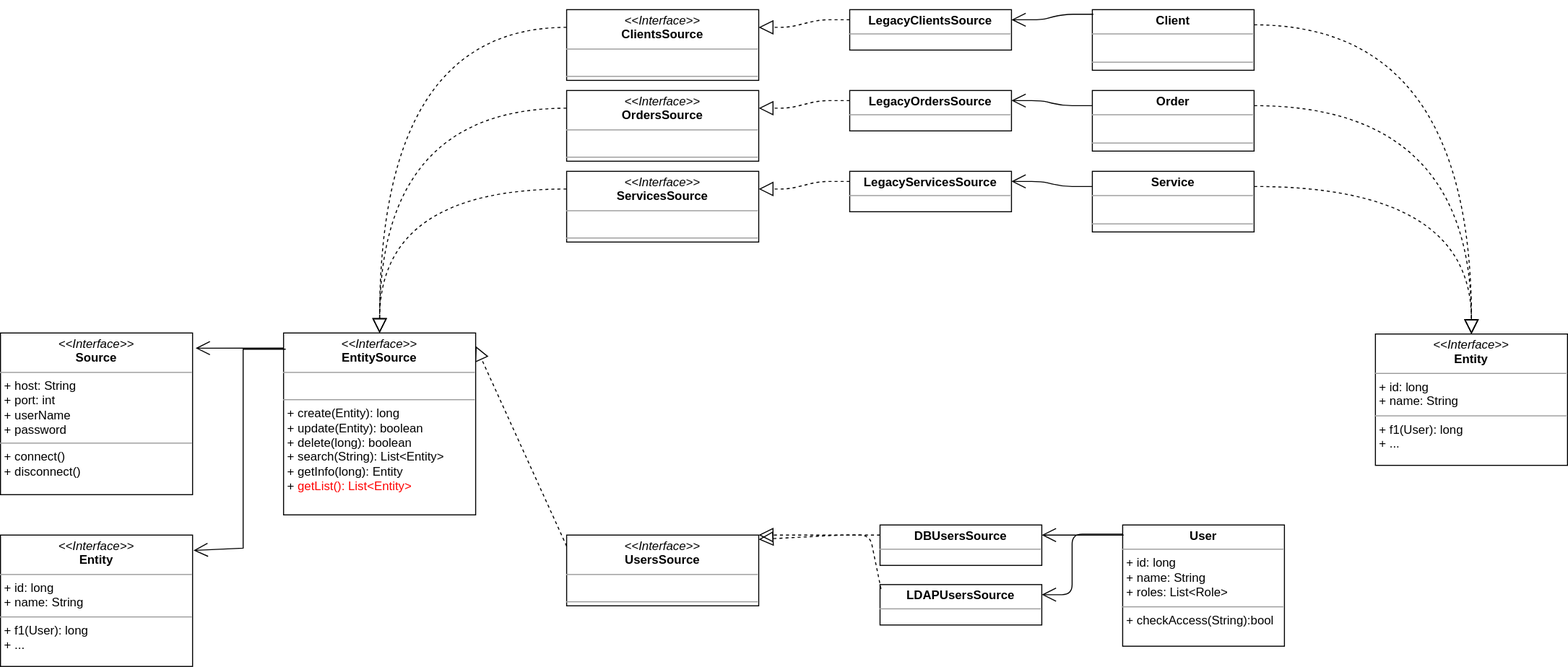
Before: ClassDiagram.svg, a diagram exported from draw.io (LordOfPhys/project_x). Source tidied: cells renumbered, new cells last; positions are measured from the earlier drawing's top-left corner, leaving out a move shared by most shapes.
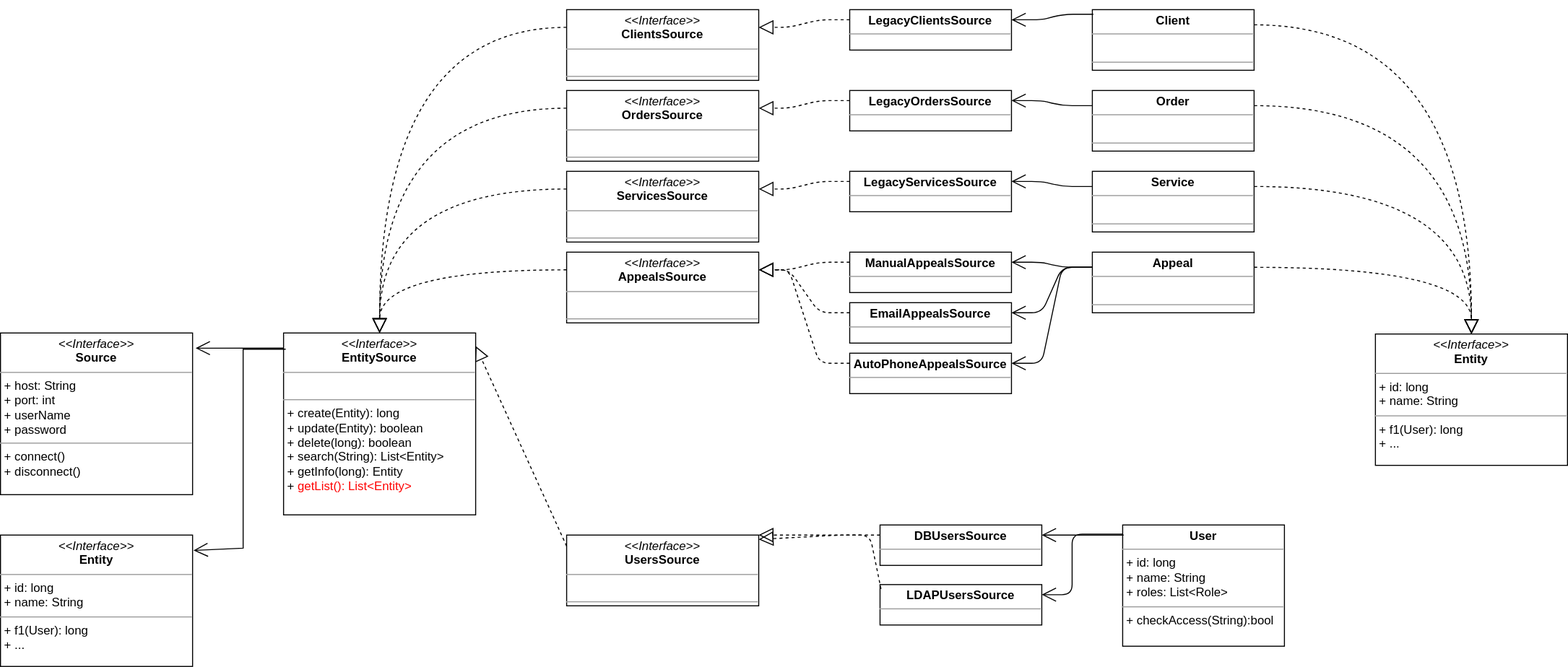
The same diagram one commit later.

The edit, as a diff of the source:
```diff
@@ -130,5 +130,44 @@
     <mxCell id="37" style="endArrow=block;dashed=1;endFill=0;endSize=12;html=1;entryX=0.5;entryY=0;entryDx=0;entryDy=0;exitX=1;exitY=0.25;exitDx=0;exitDy=0;edgeStyle=orthogonalEdgeStyle;curved=1;" parent="1" edge="1" source="32" target="34">
       <mxGeometry relative="1" as="geometry" />
     </mxCell>
+    <mxCell id="38" value="&lt;p style=&quot;margin: 0px ; margin-top: 4px ; text-align: center&quot;&gt;&lt;i&gt;&amp;lt;&amp;lt;Interface&amp;gt;&amp;gt;&lt;/i&gt;&lt;br&gt;&lt;b&gt;AppealsSource&lt;/b&gt;&lt;/p&gt;&lt;hr size=&quot;1&quot;&gt;&lt;p style=&quot;margin: 0px ; margin-left: 4px&quot;&gt;&lt;br&gt;&lt;/p&gt;&lt;hr size=&quot;1&quot;&gt;&lt;p style=&quot;margin: 0px ; margin-left: 4px&quot;&gt;&lt;br&gt;&lt;/p&gt;&lt;p style=&quot;margin: 0px ; margin-left: 4px&quot;&gt;&lt;br&gt;&lt;/p&gt;&lt;p style=&quot;margin: 0px ; margin-left: 4px&quot;&gt;&lt;br&gt;&lt;/p&gt;" style="verticalAlign=top;align=left;overflow=fill;fontSize=12;fontFamily=Helvetica;html=1;" parent="1" vertex="1">
+      <mxGeometry x="560" y="240" width="190" height="70" as="geometry" />
+    </mxCell>
+    <mxCell id="39" style="endArrow=block;dashed=1;endFill=0;endSize=12;html=1;exitX=0;exitY=0.25;exitDx=0;exitDy=0;entryX=0.5;entryY=0;entryDx=0;entryDy=0;edgeStyle=orthogonalEdgeStyle;curved=1;" parent="1" edge="1" source="38" target="18">
+      <mxGeometry relative="1" as="geometry" />
+    </mxCell>
+    <mxCell id="40" value="&lt;p style=&quot;margin: 0px ; margin-top: 4px ; text-align: center&quot;&gt;&lt;b&gt;ManualAppealsSource&lt;/b&gt;&lt;/p&gt;&lt;hr size=&quot;1&quot;&gt;&lt;p style=&quot;margin: 0px ; margin-left: 4px&quot;&gt;&lt;br&gt;&lt;/p&gt;&lt;p style=&quot;margin: 0px ; margin-left: 4px&quot;&gt;&lt;br&gt;&lt;/p&gt;&lt;p style=&quot;margin: 0px ; margin-left: 4px&quot;&gt;&lt;br&gt;&lt;/p&gt;&lt;p style=&quot;margin: 0px ; margin-left: 4px&quot;&gt;&lt;br&gt;&lt;/p&gt;&lt;p style=&quot;margin: 0px ; margin-left: 4px&quot;&gt;&lt;br&gt;&lt;/p&gt;&lt;hr size=&quot;1&quot;&gt;&lt;p style=&quot;margin: 0px ; margin-left: 4px&quot;&gt;&lt;br&gt;&lt;/p&gt;" style="verticalAlign=top;align=left;overflow=fill;fontSize=12;fontFamily=Helvetica;html=1;" parent="1" vertex="1">
+      <mxGeometry x="840" y="240" width="160" height="40" as="geometry" />
+    </mxCell>
+    <mxCell id="41" value="&lt;p style=&quot;margin: 0px ; margin-top: 4px ; text-align: center&quot;&gt;&lt;b&gt;EmailAppealsSource&lt;/b&gt;&lt;/p&gt;&lt;hr size=&quot;1&quot;&gt;&lt;p style=&quot;margin: 0px ; margin-left: 4px&quot;&gt;&lt;br&gt;&lt;/p&gt;&lt;p style=&quot;margin: 0px ; margin-left: 4px&quot;&gt;&lt;br&gt;&lt;/p&gt;&lt;p style=&quot;margin: 0px ; margin-left: 4px&quot;&gt;&lt;br&gt;&lt;/p&gt;&lt;p style=&quot;margin: 0px ; margin-left: 4px&quot;&gt;&lt;br&gt;&lt;/p&gt;&lt;p style=&quot;margin: 0px ; margin-left: 4px&quot;&gt;&lt;br&gt;&lt;/p&gt;&lt;hr size=&quot;1&quot;&gt;&lt;p style=&quot;margin: 0px ; margin-left: 4px&quot;&gt;&lt;br&gt;&lt;/p&gt;" style="verticalAlign=top;align=left;overflow=fill;fontSize=12;fontFamily=Helvetica;html=1;" parent="1" vertex="1">
+      <mxGeometry x="840" y="290" width="160" height="40" as="geometry" />
+    </mxCell>
+    <mxCell id="42" value="&lt;p style=&quot;margin: 0px ; margin-top: 4px ; text-align: center&quot;&gt;&lt;b&gt;AutoPhoneAppealsSource&lt;/b&gt;&lt;/p&gt;&lt;hr size=&quot;1&quot;&gt;&lt;p style=&quot;margin: 0px ; margin-left: 4px&quot;&gt;&lt;br&gt;&lt;/p&gt;&lt;p style=&quot;margin: 0px ; margin-left: 4px&quot;&gt;&lt;br&gt;&lt;/p&gt;&lt;p style=&quot;margin: 0px ; margin-left: 4px&quot;&gt;&lt;br&gt;&lt;/p&gt;&lt;p style=&quot;margin: 0px ; margin-left: 4px&quot;&gt;&lt;br&gt;&lt;/p&gt;&lt;p style=&quot;margin: 0px ; margin-left: 4px&quot;&gt;&lt;br&gt;&lt;/p&gt;&lt;hr size=&quot;1&quot;&gt;&lt;p style=&quot;margin: 0px ; margin-left: 4px&quot;&gt;&lt;br&gt;&lt;/p&gt;" style="verticalAlign=top;align=left;overflow=fill;fontSize=12;fontFamily=Helvetica;html=1;" parent="1" vertex="1">
+      <mxGeometry x="840" y="340" width="160" height="40" as="geometry" />
+    </mxCell>
+    <mxCell id="43" style="endArrow=block;dashed=1;endFill=0;endSize=12;html=1;entryX=1;entryY=0.25;entryDx=0;entryDy=0;exitX=0;exitY=0.25;exitDx=0;exitDy=0;edgeStyle=entityRelationEdgeStyle;" parent="1" edge="1" source="40" target="38">
+      <mxGeometry relative="1" as="geometry" />
+    </mxCell>
+    <mxCell id="44" style="endArrow=block;dashed=1;endFill=0;endSize=12;html=1;entryX=1;entryY=0.25;entryDx=0;entryDy=0;exitX=0;exitY=0.25;exitDx=0;exitDy=0;edgeStyle=entityRelationEdgeStyle;" parent="1" edge="1" source="41" target="38">
+      <mxGeometry relative="1" as="geometry" />
+    </mxCell>
+    <mxCell id="45" style="endArrow=block;dashed=1;endFill=0;endSize=12;html=1;entryX=1;entryY=0.25;entryDx=0;entryDy=0;exitX=0;exitY=0.25;exitDx=0;exitDy=0;edgeStyle=entityRelationEdgeStyle;" parent="1" edge="1" source="42" target="38">
+      <mxGeometry relative="1" as="geometry" />
+    </mxCell>
+    <mxCell id="46" style="endArrow=open;endFill=1;endSize=12;html=1;exitX=0;exitY=0.25;exitDx=0;exitDy=0;entryX=1;entryY=0.25;entryDx=0;entryDy=0;edgeStyle=entityRelationEdgeStyle;" parent="1" edge="1" source="49" target="40">
+      <mxGeometry relative="1" as="geometry" />
+    </mxCell>
+    <mxCell id="47" style="endArrow=open;endFill=1;endSize=12;html=1;exitX=0;exitY=0.25;exitDx=0;exitDy=0;entryX=1;entryY=0.25;entryDx=0;entryDy=0;edgeStyle=entityRelationEdgeStyle;" parent="1" edge="1" source="49" target="41">
+      <mxGeometry relative="1" as="geometry" />
+    </mxCell>
+    <mxCell id="48" style="endArrow=open;endFill=1;endSize=12;html=1;exitX=0;exitY=0.25;exitDx=0;exitDy=0;entryX=1;entryY=0.25;entryDx=0;entryDy=0;edgeStyle=entityRelationEdgeStyle;" parent="1" edge="1" source="49" target="42">
+      <mxGeometry relative="1" as="geometry" />
+    </mxCell>
+    <mxCell id="49" value="&lt;p style=&quot;margin: 0px ; margin-top: 4px ; text-align: center&quot;&gt;&lt;b&gt;Appeal&lt;/b&gt;&lt;/p&gt;&lt;hr size=&quot;1&quot;&gt;&lt;p style=&quot;margin: 0px ; margin-left: 4px&quot;&gt;&lt;br&gt;&lt;/p&gt;&lt;hr size=&quot;1&quot;&gt;&lt;p style=&quot;margin: 0px ; margin-left: 4px&quot;&gt;&lt;br&gt;&lt;/p&gt;" style="verticalAlign=top;align=left;overflow=fill;fontSize=12;fontFamily=Helvetica;html=1;" parent="1" vertex="1">
+      <mxGeometry x="1080" y="240" width="160" height="60" as="geometry" />
+    </mxCell>
+    <mxCell id="50" style="endArrow=block;dashed=1;endFill=0;endSize=12;html=1;entryX=0.5;entryY=0;entryDx=0;entryDy=0;exitX=1;exitY=0.25;exitDx=0;exitDy=0;edgeStyle=orthogonalEdgeStyle;curved=1;" parent="1" edge="1" source="49" target="34">
+      <mxGeometry relative="1" as="geometry" />
+    </mxCell>
   </root>
 </mxGraphModel>
```
